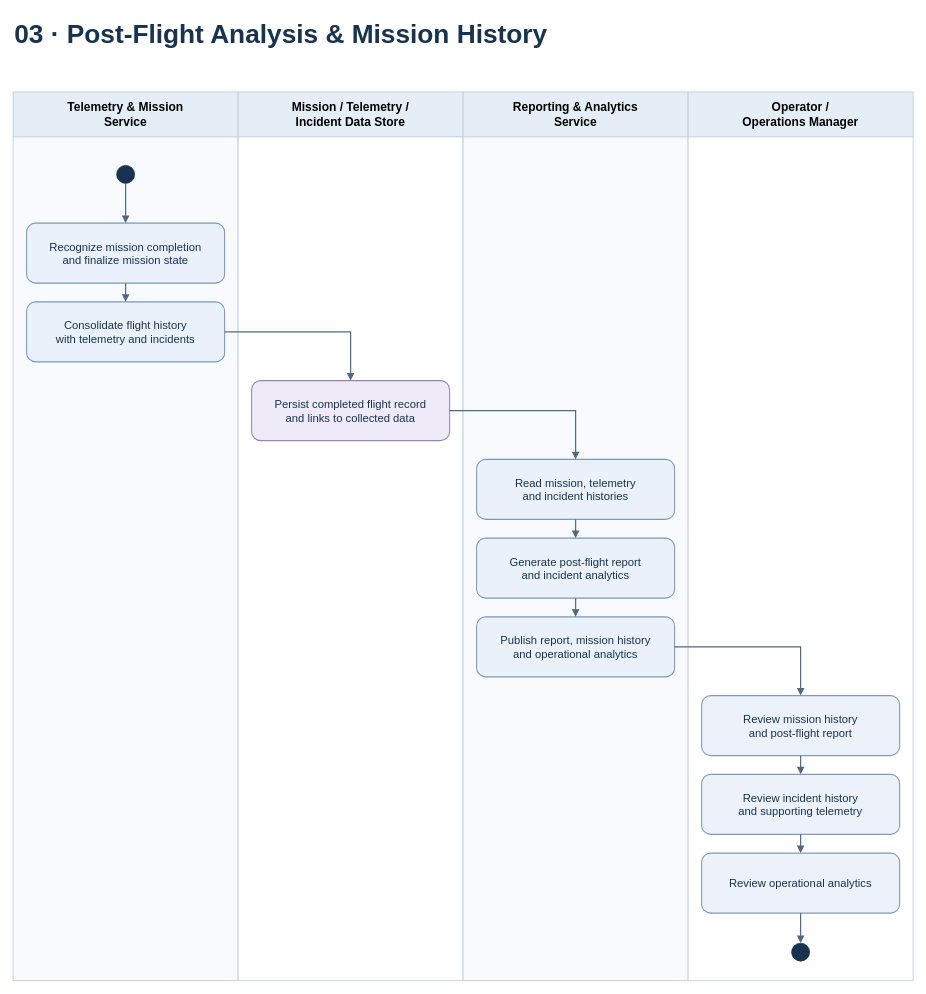
This is page "04 · Post-Flight Analysis & Mission History" (4 of 4) of docs/diagrams/Swimlane Diagram/DroneOps Intelligence Swimlane Diagrams.drawio from alexLe2802/DroneOps-Intelligence-, a draw.io file, before an edit. Source tidied: cells renumbered, new cells numbered last; positions are measured from the earlier drawing's top-left corner, leaving out a move shared by most shapes. Both pictures are drawn from the tidied source at 75%, with x=0, y=0 at pixel (13, 13).
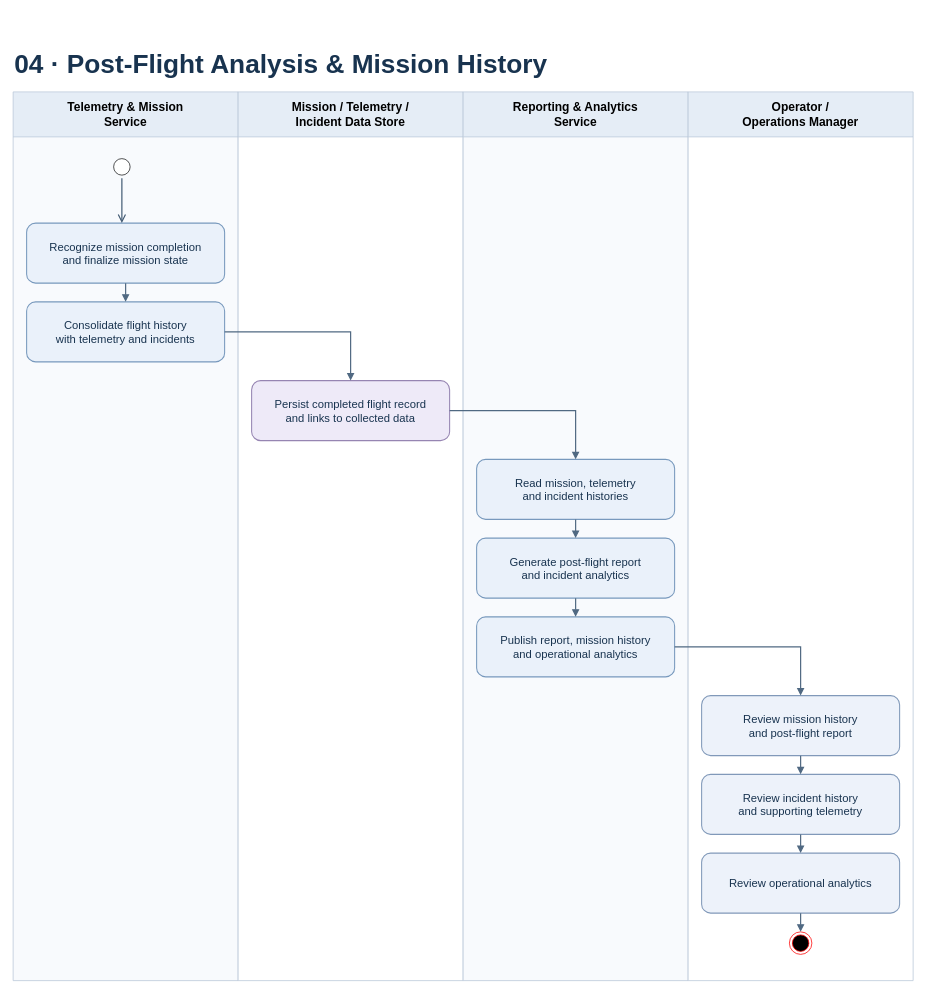
The same page after the edit.

Unchanged cells that the change refers to:
```xml
<mxCell id="3" value="Telemetry &amp; Mission&#10;Service" style="swimlane;html=0;startSize=60;horizontal=1;whiteSpace=wrap;fontSize=16;fontStyle=1;fillColor=#E5EDF6;swimlaneFillColor=#F8FAFD;strokeColor=#B8C7D9;" parent="1" vertex="1">
  <mxGeometry y="105" width="300" height="1185" as="geometry" />
</mxCell>
<mxCell id="5" value="Recognize mission completion&#10;and finalize mission state" style="rounded=1;whiteSpace=wrap;html=0;fontSize=15;fontColor=#18334F;spacing=8;fillColor=#EAF1FA;strokeColor=#7899BD;strokeWidth=1.4;" parent="3" vertex="1">
  <mxGeometry x="18" y="175" width="264" height="80" as="geometry" />
</mxCell>
<mxCell id="13" value="Operator /&#10;Operations Manager" style="swimlane;html=0;startSize=60;horizontal=1;whiteSpace=wrap;fontSize=16;fontStyle=1;fillColor=#E5EDF6;swimlaneFillColor=#FFFFFF;strokeColor=#B8C7D9;" parent="1" vertex="1">
  <mxGeometry x="900" y="105" width="300" height="1185" as="geometry" />
</mxCell>
<mxCell id="16" value="Review operational analytics" style="rounded=1;whiteSpace=wrap;html=0;fontSize=15;fontColor=#18334F;spacing=8;fillColor=#EDF2FA;strokeColor=#8199B9;strokeWidth=1.4;" parent="13" vertex="1">
  <mxGeometry x="18" y="1015" width="264" height="80" as="geometry" />
</mxCell>
```

Diff of the diagram source:
```diff
@@
-    <mxCell id="2" value="03 · Post-Flight Analysis &amp; Mission History" style="text;html=0;fontSize=35;fontStyle=1;fontColor=#18334F;align=left;whiteSpace=wrap;" parent="1" vertex="1">
-      <mxGeometry width="1200" height="80" as="geometry" />
+    <mxCell id="2" value="04 · Post-Flight Analysis &amp; Mission History" style="text;html=0;fontSize=35;fontStyle=1;fontColor=#18334F;align=left;whiteSpace=wrap;" parent="1" vertex="1">
+      <mxGeometry y="40" width="1200" height="55" as="geometry" />
     </mxCell>
@@
-    <mxCell id="4" style="ellipse;fillColor=#18334F;strokeColor=#18334F;" parent="3" vertex="1">
-      <mxGeometry x="138" y="98" width="24" height="24" as="geometry" />
-    </mxCell>
@@
+    <mxCell id="28" style="ellipse;html=1;shape=startState;fillColor=light-dark(#ffffff, #ededed);strokeColor=#1B1D1E;" parent="3" vertex="1">
+      <mxGeometry x="130" y="85" width="30" height="30" as="geometry" />
+    </mxCell>
+    <mxCell id="29" style="edgeStyle=orthogonalEdgeStyle;html=1;verticalAlign=bottom;endArrow=open;endSize=8;strokeColor=#425A73;rounded=0;fontFamily=Helvetica;fontSize=12;fontColor=#000000;labelBackgroundColor=#FFFFFF;strokeWidth=1.6;" parent="3" edge="1" source="28">
+      <mxGeometry relative="1" as="geometry">
+        <mxPoint x="145" y="175" as="targetPoint" />
+      </mxGeometry>
+    </mxCell>
@@
-    <mxCell id="17" style="shape=doubleEllipse;fillColor=#18334F;strokeColor=#18334F;" parent="13" vertex="1">
-      <mxGeometry x="138" y="1135" width="24" height="24" as="geometry" />
-    </mxCell>
-    <mxCell id="18" style="edgeStyle=none;rounded=0;html=0;endArrow=block;endFill=1;strokeColor=#506982;strokeWidth=1.6;exitX=0.5;exitY=1.0;entryX=0.5;entryY=0.0;exitPerimeter=0;entryPerimeter=0;" parent="1" edge="1" source="4" target="5">
-      <mxGeometry relative="1" as="geometry" />
-    </mxCell>
+    <mxCell id="30" style="ellipse;html=1;shape=endState;fillColor=#000000;strokeColor=#ff0000;" parent="13" vertex="1">
+      <mxGeometry x="135" y="1120" width="30" height="30" as="geometry" />
+    </mxCell>
+    <mxCell id="27" style="edgeStyle=none;rounded=0;html=0;endArrow=block;endFill=1;strokeColor=#506982;strokeWidth=1.6;exitX=0.5;exitY=1.0;entryX=0.5;entryY=0.0;exitPerimeter=0;entryPerimeter=0;" parent="13" edge="1" source="16" target="30">
+      <mxGeometry relative="1" as="geometry" />
+    </mxCell>
@@
-    <mxCell id="27" style="edgeStyle=none;rounded=0;html=0;endArrow=block;endFill=1;strokeColor=#506982;strokeWidth=1.6;exitX=0.5;exitY=1.0;entryX=0.5;entryY=0.0;exitPerimeter=0;entryPerimeter=0;" parent="1" edge="1" source="16" target="17">
-      <mxGeometry relative="1" as="geometry" />
-    </mxCell>
```
